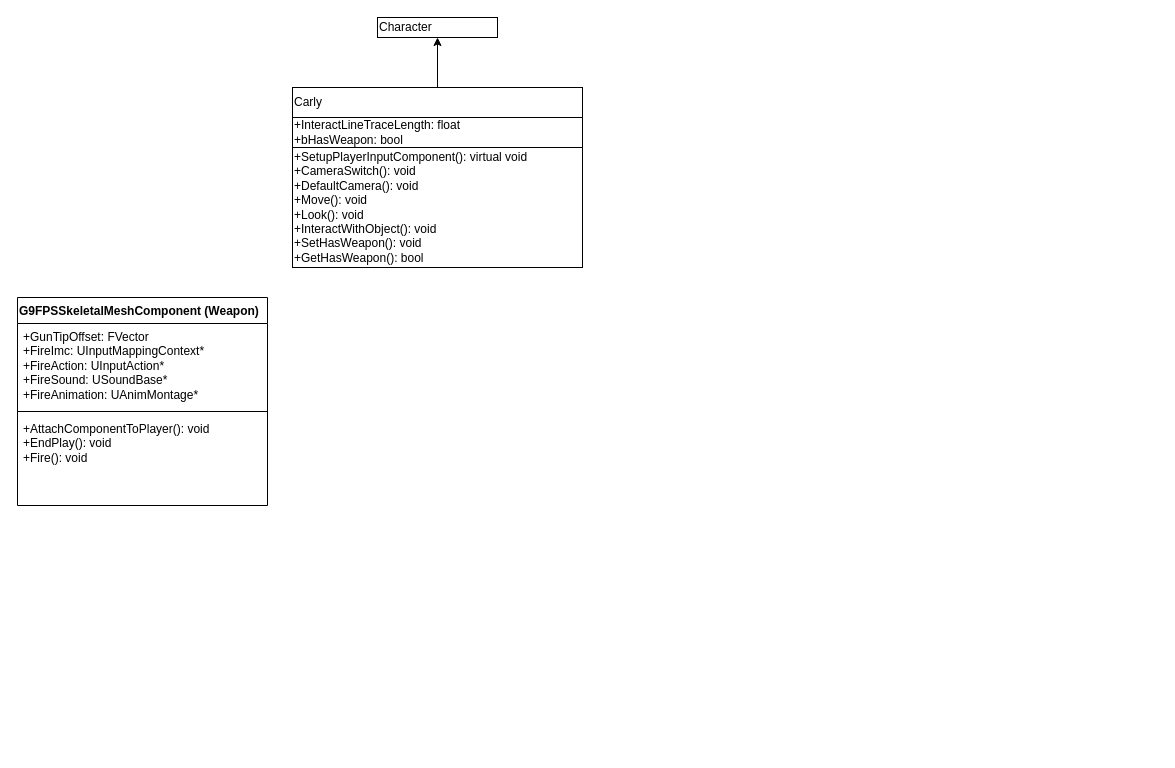
Before: Untitled Diagram.drawio in Bendelorm/G9FPS, a draw.io diagram. Source tidied: cells renumbered, new cells numbered last; positions are measured from the earlier drawing's top-left corner, leaving out a move shared by most shapes. Both pictures are drawn from the tidied source at 100%, with x=0, y=0 at pixel (17, 17).
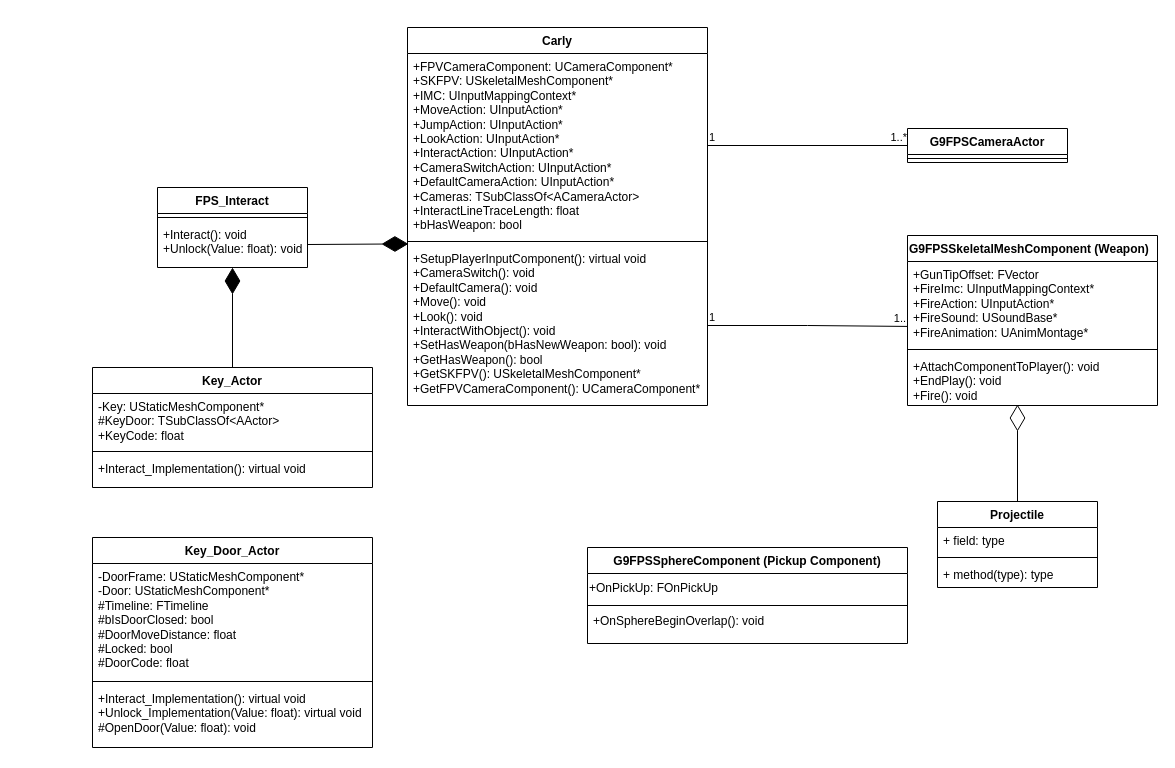
The same diagram, later.

Unchanged cells that the change refers to:
```xml
<mxCell id="8" value="+GunTipOffset: FVector&lt;div&gt;+FireImc: UInputMappingContext*&lt;/div&gt;&lt;div&gt;+FireAction: UInputAction*&lt;/div&gt;&lt;div&gt;+FireSound: USoundBase*&lt;/div&gt;&lt;div&gt;+FireAnimation: UAnimMontage*&lt;/div&gt;" style="text;strokeColor=none;fillColor=none;align=left;verticalAlign=top;spacingLeft=4;spacingRight=4;overflow=hidden;points=[[0,0.5],[1,0.5]];portConstraint=eastwest;whiteSpace=wrap;html=1;" parent="7" vertex="1">
  <mxGeometry y="26" width="250" height="84" as="geometry" />
</mxCell>
```

Diff of the diagram source:
```diff
@@
-    <mxCell id="2" value="Carly" style="rounded=0;whiteSpace=wrap;html=1;align=left;" parent="1" vertex="1">
-      <mxGeometry x="275" y="70" width="290" height="30" as="geometry" />
-    </mxCell>
-    <mxCell id="3" value="+InteractLineTraceLength: float&lt;div&gt;+bHasWeapon: bool&lt;/div&gt;" style="rounded=0;whiteSpace=wrap;html=1;align=left;" parent="1" vertex="1">
-      <mxGeometry x="275" y="100" width="290" height="30" as="geometry" />
-    </mxCell>
-    <mxCell id="4" value="&lt;div&gt;&lt;span style=&quot;background-color: initial;&quot;&gt;+SetupPlayerInputComponent(): virtual void&lt;/span&gt;&lt;br&gt;&lt;/div&gt;&lt;div&gt;+CameraSwitch(): void&lt;/div&gt;&lt;div&gt;+DefaultCamera(): void&lt;/div&gt;&lt;div&gt;+Move(): void&lt;/div&gt;&lt;div&gt;+Look(): void&lt;/div&gt;&lt;div&gt;+InteractWithObject(): void&lt;/div&gt;&lt;div&gt;+SetHasWeapon(): void&lt;/div&gt;&lt;div&gt;+GetHasWeapon(): bool&lt;/div&gt;" style="rounded=0;whiteSpace=wrap;html=1;align=left;" parent="1" vertex="1">
-      <mxGeometry x="275" y="130" width="290" height="120" as="geometry" />
-    </mxCell>
-    <mxCell id="5" value="Character" style="rounded=0;whiteSpace=wrap;html=1;align=left;" parent="1" vertex="1">
-      <mxGeometry x="360" width="120" height="20" as="geometry" />
-    </mxCell>
-    <mxCell id="6" style="endArrow=classic;html=1;rounded=0;entryX=0.5;entryY=1;entryDx=0;entryDy=0;exitX=0.5;exitY=0;exitDx=0;exitDy=0;" parent="1" edge="1" source="2" target="5">
-      <mxGeometry relative="1" as="geometry" />
-    </mxCell>
     <mxCell id="7" value="G9FPSSkeletalMeshComponent (Weapon)" style="swimlane;fontStyle=1;align=left;verticalAlign=top;horizontal=1;startSize=26;whiteSpace=wrap;html=1;" parent="1" vertex="1">
-      <mxGeometry y="280" width="250" height="208" as="geometry" />
+      <mxGeometry x="890" y="218" width="250" height="170" as="geometry" />
     </mxCell>
@@
     <mxCell id="10" value="+AttachComponentToPlayer(): void&lt;div&gt;+EndPlay(): void&lt;/div&gt;&lt;div&gt;+Fire(): void&lt;/div&gt;" style="text;strokeColor=none;fillColor=none;align=left;verticalAlign=top;spacingLeft=4;spacingRight=4;overflow=hidden;points=[[0,0.5],[1,0.5]];portConstraint=eastwest;whiteSpace=wrap;html=1;" parent="7" vertex="1">
-      <mxGeometry y="118" width="250" height="90" as="geometry" />
+      <mxGeometry y="118" width="250" height="52" as="geometry" />
     </mxCell>
+    <mxCell id="11" value="G9FPSSphereComponent (Pickup Component)" style="swimlane;fontStyle=1;align=center;verticalAlign=top;horizontal=1;startSize=26;whiteSpace=wrap;html=1;" parent="1" vertex="1">
+      <mxGeometry x="570" y="530" width="320" height="96" as="geometry" />
+    </mxCell>
+    <mxCell id="12" value="+OnPickUp: FOnPickUp" style="text;html=1;align=left;verticalAlign=middle;strokeColor=none;fillColor=none;" parent="11" vertex="1">
+      <mxGeometry y="26" width="320" height="30" as="geometry" />
+    </mxCell>
+    <mxCell id="13" style="line;strokeWidth=1;fillColor=none;align=left;verticalAlign=middle;spacingTop=-1;spacingLeft=3;spacingRight=3;labelPosition=right;strokeColor=inherit;" parent="11" vertex="1">
+      <mxGeometry y="56" width="320" height="4" as="geometry" />
+    </mxCell>
+    <mxCell id="14" value="+OnSphereBeginOverlap(): void" style="text;strokeColor=none;fillColor=none;align=left;verticalAlign=top;spacingLeft=4;spacingRight=4;overflow=hidden;whiteSpace=wrap;html=1;" parent="11" vertex="1">
+      <mxGeometry y="60" width="320" height="36" as="geometry" />
+    </mxCell>
+    <mxCell id="15" value="Key_Actor" style="swimlane;fontStyle=1;align=center;verticalAlign=top;horizontal=1;startSize=26;whiteSpace=wrap;html=1;" parent="1" vertex="1">
+      <mxGeometry x="75" y="350" width="280" height="120" as="geometry" />
+    </mxCell>
+    <mxCell id="16" value="-Key: UStaticMeshComponent*&lt;div&gt;#KeyDoor: TSubClassOf&amp;lt;AActor&amp;gt;&lt;/div&gt;&lt;div&gt;+KeyCode: float&lt;/div&gt;" style="text;strokeColor=none;fillColor=none;align=left;verticalAlign=top;spacingLeft=4;spacingRight=4;overflow=hidden;whiteSpace=wrap;html=1;" parent="15" vertex="1">
+      <mxGeometry y="26" width="280" height="54" as="geometry" />
+    </mxCell>
+    <mxCell id="17" style="line;strokeWidth=1;fillColor=none;align=left;verticalAlign=middle;spacingTop=-1;spacingLeft=3;spacingRight=3;labelPosition=right;strokeColor=inherit;" parent="15" vertex="1">
+      <mxGeometry y="80" width="280" height="8" as="geometry" />
+    </mxCell>
+    <mxCell id="18" value="+Interact_Implementation(): virtual void&lt;div&gt;&lt;br&gt;&lt;/div&gt;" style="text;strokeColor=none;fillColor=none;align=left;verticalAlign=top;spacingLeft=4;spacingRight=4;overflow=hidden;whiteSpace=wrap;html=1;" parent="15" vertex="1">
+      <mxGeometry y="88" width="280" height="32" as="geometry" />
+    </mxCell>
+    <mxCell id="19" value="Key_Door_Actor" style="swimlane;fontStyle=1;align=center;verticalAlign=top;horizontal=1;startSize=26;whiteSpace=wrap;html=1;" parent="1" vertex="1">
+      <mxGeometry x="75" y="520" width="280" height="210" as="geometry" />
+    </mxCell>
+    <mxCell id="20" value="-DoorFrame: UStaticMeshComponent*&lt;div&gt;-Door: UStaticMeshComponent*&lt;/div&gt;&lt;div&gt;#Timeline: FTimeline&lt;/div&gt;&lt;div&gt;#bIsDoorClosed: bool&lt;/div&gt;&lt;div&gt;#DoorMoveDistance: float&lt;/div&gt;&lt;div&gt;#Locked: bool&lt;/div&gt;&lt;div&gt;#DoorCode: float&lt;/div&gt;" style="text;strokeColor=none;fillColor=none;align=left;verticalAlign=top;spacingLeft=4;spacingRight=4;overflow=hidden;whiteSpace=wrap;html=1;" parent="19" vertex="1">
+      <mxGeometry y="26" width="280" height="114" as="geometry" />
+    </mxCell>
+    <mxCell id="21" style="line;strokeWidth=1;fillColor=none;align=left;verticalAlign=middle;spacingTop=-1;spacingLeft=3;spacingRight=3;labelPosition=right;strokeColor=inherit;" parent="19" vertex="1">
+      <mxGeometry y="140" width="280" height="8" as="geometry" />
+    </mxCell>
+    <mxCell id="22" value="+Interact_Implementation(): virtual void&lt;div&gt;+Unlock_Implementation(Value: float): virtual void&lt;/div&gt;&lt;div&gt;#OpenDoor(Value: float): void&lt;/div&gt;" style="text;strokeColor=none;fillColor=none;align=left;verticalAlign=top;spacingLeft=4;spacingRight=4;overflow=hidden;whiteSpace=wrap;html=1;" parent="19" vertex="1">
+      <mxGeometry y="148" width="280" height="62" as="geometry" />
+    </mxCell>
+    <mxCell id="2" value="Carly" style="swimlane;fontStyle=1;align=center;verticalAlign=top;horizontal=1;startSize=26;whiteSpace=wrap;html=1;" parent="1" vertex="1">
+      <mxGeometry x="390" y="10" width="300" height="378" as="geometry" />
+    </mxCell>
+    <mxCell id="23" value="+FPVCameraComponent: UCameraComponent*&lt;div&gt;+SKFPV: USkeletalMeshComponent*&lt;/div&gt;&lt;div&gt;+IMC: UInputMappingContext*&lt;/div&gt;&lt;div&gt;+MoveAction:&amp;nbsp;&lt;span style=&quot;background-color: initial;&quot;&gt;UInputAction*&lt;/span&gt;&lt;/div&gt;&lt;div&gt;&lt;span style=&quot;background-color: initial;&quot;&gt;+JumpAction:&amp;nbsp;&lt;/span&gt;&lt;span style=&quot;background-color: initial;&quot;&gt;UInputAction*&lt;/span&gt;&lt;/div&gt;&lt;div&gt;&lt;span style=&quot;background-color: initial;&quot;&gt;+LookAction:&amp;nbsp;&lt;/span&gt;&lt;span style=&quot;background-color: initial;&quot;&gt;UInputAction*&lt;/span&gt;&lt;/div&gt;&lt;div&gt;&lt;span style=&quot;background-color: initial;&quot;&gt;+InteractAction:&amp;nbsp;&lt;/span&gt;&lt;span style=&quot;background-color: initial;&quot;&gt;UInputAction*&lt;/span&gt;&lt;/div&gt;&lt;div&gt;&lt;span style=&quot;background-color: initial;&quot;&gt;+CameraSwitchAction:&amp;nbsp;&lt;/span&gt;&lt;span style=&quot;background-color: initial;&quot;&gt;UInputAction*&lt;/span&gt;&lt;/div&gt;&lt;div&gt;&lt;span style=&quot;background-color: initial;&quot;&gt;+DefaultCameraAction:&amp;nbsp;&lt;/span&gt;&lt;span style=&quot;background-color: initial;&quot;&gt;UInputAction*&lt;/span&gt;&lt;/div&gt;&lt;div&gt;+Cameras: TSubClassOf&amp;lt;ACameraActor&amp;gt;&lt;/div&gt;&lt;div&gt;+InteractLineTraceLength: float&lt;/div&gt;&lt;div&gt;+bHasWeapon: bool&lt;/div&gt;" style="text;strokeColor=none;fillColor=none;align=left;verticalAlign=top;spacingLeft=4;spacingRight=4;overflow=hidden;points=[[0,0.5],[1,0.5]];portConstraint=eastwest;whiteSpace=wrap;html=1;" parent="2" vertex="1">
+      <mxGeometry y="26" width="300" height="184" as="geometry" />
+    </mxCell>
+    <mxCell id="24" style="line;strokeWidth=1;fillColor=none;align=left;verticalAlign=middle;spacingTop=-1;spacingLeft=3;spacingRight=3;labelPosition=right;strokeColor=inherit;" parent="2" vertex="1">
+      <mxGeometry y="210" width="300" height="8" as="geometry" />
+    </mxCell>
+    <mxCell id="25" value="+SetupPlayerInputComponent(): virtual void&lt;div&gt;+CameraSwitch(): void&lt;/div&gt;&lt;div&gt;+DefaultCamera(): void&lt;/div&gt;&lt;div&gt;+Move(): void&lt;/div&gt;&lt;div&gt;+Look(): void&lt;/div&gt;&lt;div&gt;+InteractWithObject(): void&lt;/div&gt;&lt;div&gt;+SetHasWeapon(bHasNewWeapon: bool): void&lt;/div&gt;&lt;div&gt;+GetHasWeapon(): bool&lt;/div&gt;&lt;div&gt;+GetSKFPV(): USkeletalMeshComponent*&lt;/div&gt;&lt;div&gt;+GetFPVCameraComponent(): UCameraComponent*&lt;/div&gt;" style="text;strokeColor=none;fillColor=none;align=left;verticalAlign=top;spacingLeft=4;spacingRight=4;overflow=hidden;points=[[0,0.5],[1,0.5]];portConstraint=eastwest;whiteSpace=wrap;html=1;" parent="2" vertex="1">
+      <mxGeometry y="218" width="300" height="160" as="geometry" />
+    </mxCell>
+    <mxCell id="26" value="FPS_Interact" style="swimlane;fontStyle=1;align=center;verticalAlign=top;horizontal=1;startSize=26;whiteSpace=wrap;html=1;" parent="1" vertex="1">
+      <mxGeometry x="140" y="170" width="150" height="80" as="geometry" />
+    </mxCell>
+    <mxCell id="27" style="line;strokeWidth=1;fillColor=none;align=left;verticalAlign=middle;spacingTop=-1;spacingLeft=3;spacingRight=3;labelPosition=right;strokeColor=inherit;" parent="26" vertex="1">
+      <mxGeometry y="26" width="150" height="8" as="geometry" />
+    </mxCell>
+    <mxCell id="28" value="+Interact(): void&lt;div&gt;+Unlock(Value: float): void&lt;/div&gt;" style="text;strokeColor=none;fillColor=none;align=left;verticalAlign=top;spacingLeft=4;spacingRight=4;overflow=hidden;points=[[0,0.5],[1,0.5]];portConstraint=eastwest;whiteSpace=wrap;html=1;" parent="26" vertex="1">
+      <mxGeometry y="34" width="150" height="46" as="geometry" />
+    </mxCell>
+    <mxCell id="29" value="G9FPSCameraActor" style="swimlane;fontStyle=1;align=center;verticalAlign=top;horizontal=1;startSize=26;whiteSpace=wrap;html=1;" parent="1" vertex="1">
+      <mxGeometry x="890" y="111" width="160" height="34" as="geometry" />
+    </mxCell>
+    <mxCell id="30" style="line;strokeWidth=1;fillColor=none;align=left;verticalAlign=middle;spacingTop=-1;spacingLeft=3;spacingRight=3;labelPosition=right;strokeColor=inherit;" parent="29" vertex="1">
+      <mxGeometry y="26" width="160" height="8" as="geometry" />
+    </mxCell>
+    <mxCell id="31" style="endArrow=none;html=1;edgeStyle=orthogonalEdgeStyle;rounded=0;entryX=0;entryY=0.5;entryDx=0;entryDy=0;exitX=1;exitY=0.5;exitDx=0;exitDy=0;" parent="1" edge="1" source="23" target="29">
+      <mxGeometry relative="1" as="geometry" />
+    </mxCell>
+    <mxCell id="32" value="1" style="edgeLabel;html=1;align=left;verticalAlign=bottom;" parent="31" vertex="1">
+      <mxGeometry x="-1" relative="1" as="geometry" />
+    </mxCell>
+    <mxCell id="33" value="1..*" style="edgeLabel;html=1;align=right;verticalAlign=bottom;" parent="31" vertex="1">
+      <mxGeometry x="1" relative="1" as="geometry" />
+    </mxCell>
+    <mxCell id="34" style="endArrow=none;html=1;edgeStyle=orthogonalEdgeStyle;rounded=0;exitX=1;exitY=0.5;exitDx=0;exitDy=0;entryX=-0.002;entryY=0.773;entryDx=0;entryDy=0;entryPerimeter=0;" parent="1" edge="1" source="25" target="8">
+      <mxGeometry relative="1" as="geometry" />
+    </mxCell>
+    <mxCell id="35" value="1" style="edgeLabel;html=1;align=left;verticalAlign=bottom;" parent="34" vertex="1">
+      <mxGeometry x="-1" relative="1" as="geometry" />
+    </mxCell>
+    <mxCell id="36" value="1.." style="edgeLabel;html=1;align=right;verticalAlign=bottom;" parent="34" vertex="1">
+      <mxGeometry x="1" relative="1" as="geometry" />
+    </mxCell>
+    <mxCell id="37" value="Projectile" style="swimlane;fontStyle=1;align=center;verticalAlign=top;horizontal=1;startSize=26;whiteSpace=wrap;html=1;" parent="1" vertex="1">
+      <mxGeometry x="920" y="484" width="160" height="86" as="geometry" />
+    </mxCell>
+    <mxCell id="38" value="+ field: type" style="text;strokeColor=none;fillColor=none;align=left;verticalAlign=top;spacingLeft=4;spacingRight=4;overflow=hidden;whiteSpace=wrap;html=1;" parent="37" vertex="1">
+      <mxGeometry y="26" width="160" height="26" as="geometry" />
+    </mxCell>
+    <mxCell id="39" style="line;strokeWidth=1;fillColor=none;align=left;verticalAlign=middle;spacingTop=-1;spacingLeft=3;spacingRight=3;labelPosition=right;strokeColor=inherit;" parent="37" vertex="1">
+      <mxGeometry y="52" width="160" height="8" as="geometry" />
+    </mxCell>
+    <mxCell id="40" value="+ method(type): type" style="text;strokeColor=none;fillColor=none;align=left;verticalAlign=top;spacingLeft=4;spacingRight=4;overflow=hidden;whiteSpace=wrap;html=1;" parent="37" vertex="1">
+      <mxGeometry y="60" width="160" height="26" as="geometry" />
+    </mxCell>
+    <mxCell id="41" style="endArrow=diamondThin;endFill=0;endSize=24;html=1;rounded=0;exitX=0.5;exitY=0;exitDx=0;exitDy=0;entryX=0.44;entryY=0.981;entryDx=0;entryDy=0;entryPerimeter=0;" parent="1" edge="1" source="37" target="10">
+      <mxGeometry relative="1" as="geometry" />
+    </mxCell>
+    <mxCell id="42" style="endArrow=diamondThin;endFill=1;endSize=24;html=1;rounded=0;entryX=0.003;entryY=-0.01;entryDx=0;entryDy=0;entryPerimeter=0;exitX=1;exitY=0.5;exitDx=0;exitDy=0;" parent="1" edge="1" source="28" target="25">
+      <mxGeometry relative="1" as="geometry" />
+    </mxCell>
+    <mxCell id="43" style="endArrow=diamondThin;endFill=1;endSize=24;html=1;rounded=0;" parent="1" edge="1" source="15" target="28">
+      <mxGeometry relative="1" as="geometry" />
+    </mxCell>
```
